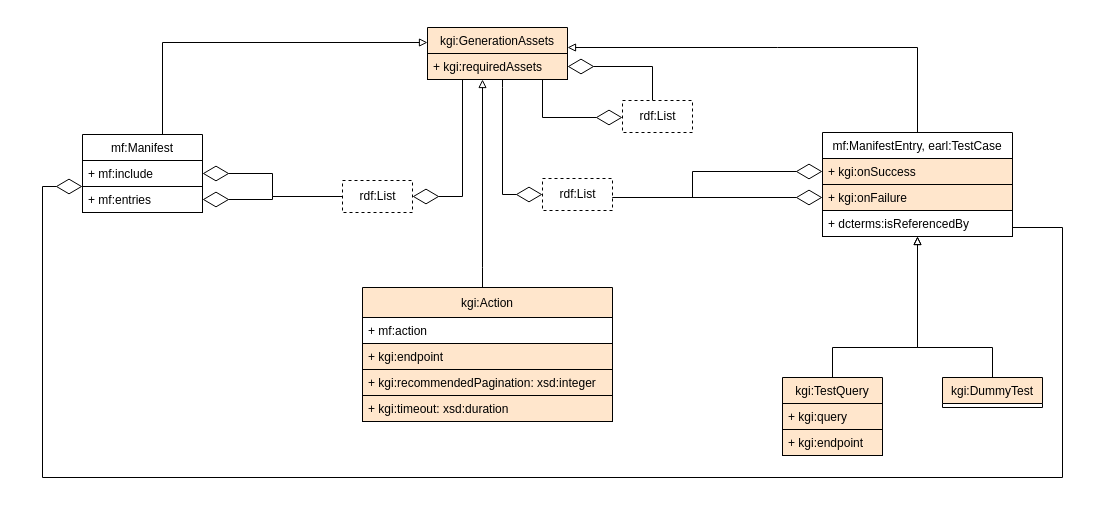
This is page "Generation assets" (3 of 3) of rules/indegx_vocabulary.drawio from Wimmics/IndeGx, a draw.io file, before an edit. Source tidied: cells renumbered, new cells numbered last; positions are measured from the earlier drawing's top-left corner, leaving out a move shared by most shapes. Both pictures are drawn from the tidied source at 100%, with x=0, y=0 at pixel (32, 17).
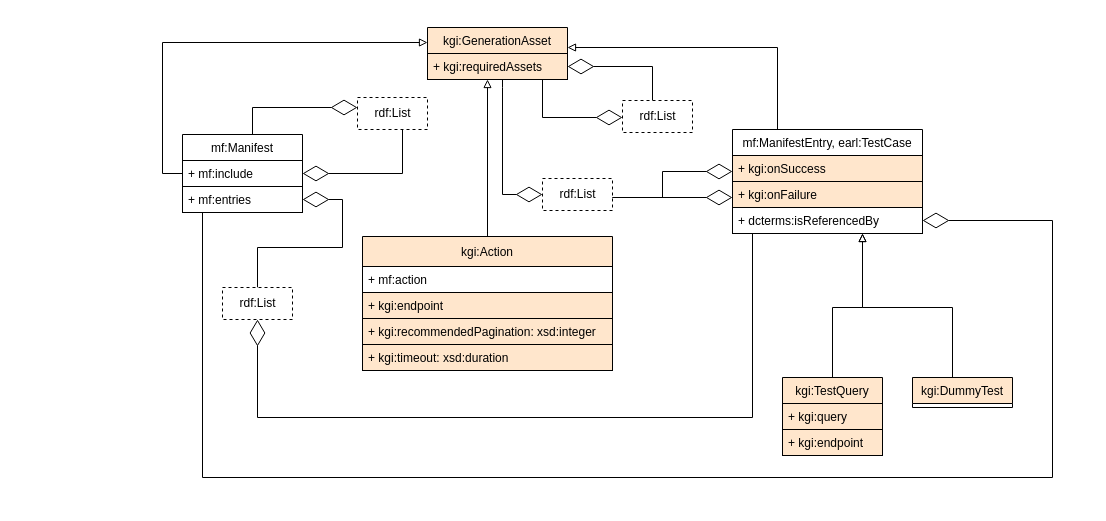
The same diagram, later.

The change refers to these unchanged cells:
```xml
<mxCell id="6" value="+ mf:entries" style="text;strokeColor=#000000;fillColor=#FFFFFF;align=left;verticalAlign=top;spacingLeft=4;spacingRight=4;overflow=hidden;points=[[0,0.5],[1,0.5]];portConstraint=eastwest;fontColor=#000000;" parent="4" vertex="1">
  <mxGeometry y="52" width="120" height="26" as="geometry" />
</mxCell>
<mxCell id="10" value="+ kgi:onSuccess" style="text;strokeColor=#000000;fillColor=#ffe6cc;align=left;verticalAlign=top;spacingLeft=4;spacingRight=4;overflow=hidden;points=[[0,0.5],[1,0.5]];portConstraint=eastwest;fontColor=#000000;" parent="9" vertex="1">
  <mxGeometry y="26" width="190" height="26" as="geometry" />
</mxCell>
<mxCell id="12" value="+ dcterms:isReferencedBy" style="text;strokeColor=#000000;fillColor=#FFFFFF;align=left;verticalAlign=top;spacingLeft=4;spacingRight=4;overflow=hidden;points=[[0,0.5],[1,0.5]];portConstraint=eastwest;fontColor=#000000;" parent="9" vertex="1">
  <mxGeometry y="78" width="190" height="26" as="geometry" />
</mxCell>
<mxCell id="15" value="&lt;font&gt;rdf:List&lt;/font&gt;" style="html=1;fontColor=#000000;fillColor=#FFFFFF;dashed=1;strokeColor=#000000;" parent="1" vertex="1">
  <mxGeometry x="510" y="161" width="70" height="32" as="geometry" />
</mxCell>
<mxCell id="26" value="kgi:TestQuery" style="swimlane;fontStyle=0;horizontal=1;startSize=26;fillColor=#ffe6cc;strokeColor=#000000;fontColor=#000000;" parent="1" vertex="1">
  <mxGeometry x="750" y="360" width="100" height="78" as="geometry" />
</mxCell>
```

What changed in the source:
```diff
@@
-    <mxCell id="2" style="rounded=0;whiteSpace=wrap;html=1;fillColor=#FFFFFF;strokeColor=none;" parent="1" vertex="1">
-      <mxGeometry width="1040" height="470" as="geometry" />
-    </mxCell>
+    <mxCell id="38" style="rounded=0;whiteSpace=wrap;html=1;strokeColor=none;fillColor=#FFFFFF;" parent="1" vertex="1">
+      <mxGeometry x="120" width="910" height="470" as="geometry" />
+    </mxCell>
@@
     <mxCell id="4" value="mf:Manifest" style="swimlane;fontStyle=0;horizontal=1;startSize=26;fillColor=#FFFFFF;fontColor=#000000;strokeColor=#000000;" parent="1" vertex="1">
-      <mxGeometry x="50" y="117" width="120" height="78" as="geometry" />
+      <mxGeometry x="150" y="117" width="120" height="78" as="geometry" />
     </mxCell>
@@
-    <mxCell id="7" value="kgi:GenerationAssets" style="swimlane;fontStyle=0;horizontal=1;startSize=26;fillColor=#ffe6cc;strokeColor=#000000;fontColor=#000000;" parent="1" vertex="1">
+    <mxCell id="7" value="kgi:GenerationAsset" style="swimlane;fontStyle=0;horizontal=1;startSize=26;fillColor=#ffe6cc;strokeColor=#000000;fontColor=#000000;" parent="1" vertex="1">
       <mxGeometry x="395" y="10" width="140" height="52" as="geometry" />
     </mxCell>
@@
     <mxCell id="9" value="mf:ManifestEntry, earl:TestCase" style="swimlane;fontStyle=0;horizontal=1;startSize=26;fillColor=#FFFFFF;fontColor=#000000;strokeColor=#000000;" parent="1" vertex="1">
-      <mxGeometry x="790" y="115" width="190" height="104" as="geometry" />
+      <mxGeometry x="700" y="112" width="190" height="104" as="geometry" />
     </mxCell>
@@
     <mxCell id="16" style="endArrow=diamondThin;endFill=0;endSize=24;html=1;rounded=0;fontColor=#000000;edgeStyle=orthogonalEdgeStyle;strokeColor=#000000;" parent="1" edge="1" source="15" target="10">
       <mxGeometry relative="1" as="geometry">
         <Array as="points">
-          <mxPoint x="660" y="180" />
-          <mxPoint x="660" y="154" />
+          <mxPoint x="630" y="180" />
+          <mxPoint x="630" y="154" />
         </Array>
       </mxGeometry>
     </mxCell>
@@
     <mxCell id="18" value="&lt;font&gt;rdf:List&lt;/font&gt;" style="html=1;fontColor=#000000;fillColor=#FFFFFF;dashed=1;strokeColor=#000000;" parent="1" vertex="1">
-      <mxGeometry x="310" y="163" width="70" height="32" as="geometry" />
+      <mxGeometry x="325" y="80" width="70" height="32" as="geometry" />
     </mxCell>
-    <mxCell id="19" style="endArrow=diamondThin;endFill=0;endSize=24;html=1;rounded=0;fontColor=#000000;edgeStyle=orthogonalEdgeStyle;strokeColor=#000000;" parent="1" edge="1" source="7" target="18">
+    <mxCell id="19" style="endArrow=diamondThin;endFill=0;endSize=24;html=1;rounded=0;fontColor=#000000;edgeStyle=orthogonalEdgeStyle;strokeColor=#000000;" parent="1" edge="1" source="4" target="18">
       <mxGeometry relative="1" as="geometry">
         <Array as="points">
-          <mxPoint x="430" y="179" />
+          <mxPoint x="220" y="90" />
         </Array>
       </mxGeometry>
     </mxCell>
@@
     <mxCell id="21" value="kgi:Action" style="swimlane;fontStyle=0;horizontal=1;startSize=30;fillColor=#ffe6cc;strokeColor=#000000;fontColor=#000000;" parent="1" vertex="1">
-      <mxGeometry x="330" y="270" width="250" height="134" as="geometry" />
+      <mxGeometry x="330" y="219" width="250" height="134" as="geometry" />
     </mxCell>
@@
     <mxCell id="29" value="kgi:DummyTest" style="swimlane;fontStyle=0;horizontal=1;startSize=26;fillColor=#ffe6cc;strokeColor=#000000;fontColor=#000000;" parent="1" vertex="1">
-      <mxGeometry x="910" y="360" width="100" height="30" as="geometry" />
+      <mxGeometry x="880" y="360" width="100" height="30" as="geometry" />
     </mxCell>
     <mxCell id="30" style="edgeStyle=orthogonalEdgeStyle;rounded=0;html=1;fontColor=#000000;endArrow=block;endFill=0;strokeColor=#000000;" parent="1" edge="1" source="29" target="9">
       <mxGeometry relative="1" as="geometry">
         <Array as="points">
-          <mxPoint x="960" y="330" />
-          <mxPoint x="885" y="330" />
+          <mxPoint x="920" y="290" />
+          <mxPoint x="830" y="290" />
         </Array>
       </mxGeometry>
     </mxCell>
     <mxCell id="31" style="edgeStyle=orthogonalEdgeStyle;rounded=0;html=1;fontColor=#000000;endArrow=block;endFill=0;strokeColor=#000000;" parent="1" edge="1" source="26" target="9">
       <mxGeometry relative="1" as="geometry">
         <Array as="points">
-          <mxPoint x="800" y="330" />
-          <mxPoint x="885" y="330" />
+          <mxPoint x="800" y="290" />
+          <mxPoint x="830" y="290" />
         </Array>
       </mxGeometry>
     </mxCell>
-    <mxCell id="32" style="endArrow=diamondThin;endFill=0;endSize=24;html=1;rounded=0;fontColor=#000000;edgeStyle=orthogonalEdgeStyle;exitX=1;exitY=0.5;exitDx=0;exitDy=0;strokeColor=#000000;" parent="1" edge="1" source="12" target="4">
+    <mxCell id="32" style="endArrow=diamondThin;endFill=0;endSize=24;html=1;rounded=0;fontColor=#000000;edgeStyle=orthogonalEdgeStyle;strokeColor=#000000;entryX=1;entryY=0.5;entryDx=0;entryDy=0;" parent="1" edge="1" source="4" target="12">
       <mxGeometry relative="1" as="geometry">
         <Array as="points">
-          <mxPoint x="980" y="210" />
-          <mxPoint x="1030" y="210" />
-          <mxPoint x="1030" y="460" />
-          <mxPoint x="10" y="460" />
-          <mxPoint x="10" y="169" />
+          <mxPoint x="170" y="460" />
+          <mxPoint x="1020" y="460" />
+          <mxPoint x="1020" y="203" />
         </Array>
       </mxGeometry>
     </mxCell>
@@
     <mxCell id="36" style="endArrow=diamondThin;endFill=0;endSize=24;html=1;shadow=0;sketch=0;strokeColor=#000000;entryX=1;entryY=0.5;entryDx=0;entryDy=0;edgeStyle=orthogonalEdgeStyle;rounded=0;" parent="1" edge="1" source="18" target="4">
-      <mxGeometry relative="1" as="geometry" />
+      <mxGeometry relative="1" as="geometry">
+        <Array as="points">
+          <mxPoint x="370" y="156" />
+        </Array>
+      </mxGeometry>
     </mxCell>
-    <mxCell id="37" style="endArrow=diamondThin;endFill=0;endSize=24;html=1;shadow=0;sketch=0;strokeColor=#000000;edgeStyle=orthogonalEdgeStyle;rounded=0;" parent="1" edge="1" source="18" target="6">
-      <mxGeometry relative="1" as="geometry" />
+    <mxCell id="37" style="endArrow=diamondThin;endFill=0;endSize=24;html=1;shadow=0;sketch=0;strokeColor=#000000;edgeStyle=orthogonalEdgeStyle;rounded=0;" parent="1" edge="1" source="39" target="6">
+      <mxGeometry relative="1" as="geometry">
+        <Array as="points">
+          <mxPoint x="225" y="230" />
+          <mxPoint x="310" y="230" />
+          <mxPoint x="310" y="182" />
+        </Array>
+      </mxGeometry>
     </mxCell>
+    <mxCell id="39" value="&lt;font&gt;rdf:List&lt;/font&gt;" style="html=1;fontColor=#000000;fillColor=#FFFFFF;dashed=1;strokeColor=#000000;" parent="1" vertex="1">
+      <mxGeometry x="190" y="270" width="70" height="32" as="geometry" />
+    </mxCell>
+    <mxCell id="40" style="endArrow=diamondThin;endFill=0;endSize=24;html=1;shadow=0;sketch=0;strokeColor=#000000;edgeStyle=orthogonalEdgeStyle;rounded=0;entryX=0.5;entryY=1;entryDx=0;entryDy=0;" parent="1" edge="1" source="9" target="39">
+      <mxGeometry relative="1" as="geometry">
+        <Array as="points">
+          <mxPoint x="720" y="400" />
+          <mxPoint x="225" y="400" />
+        </Array>
+      </mxGeometry>
+    </mxCell>
```
